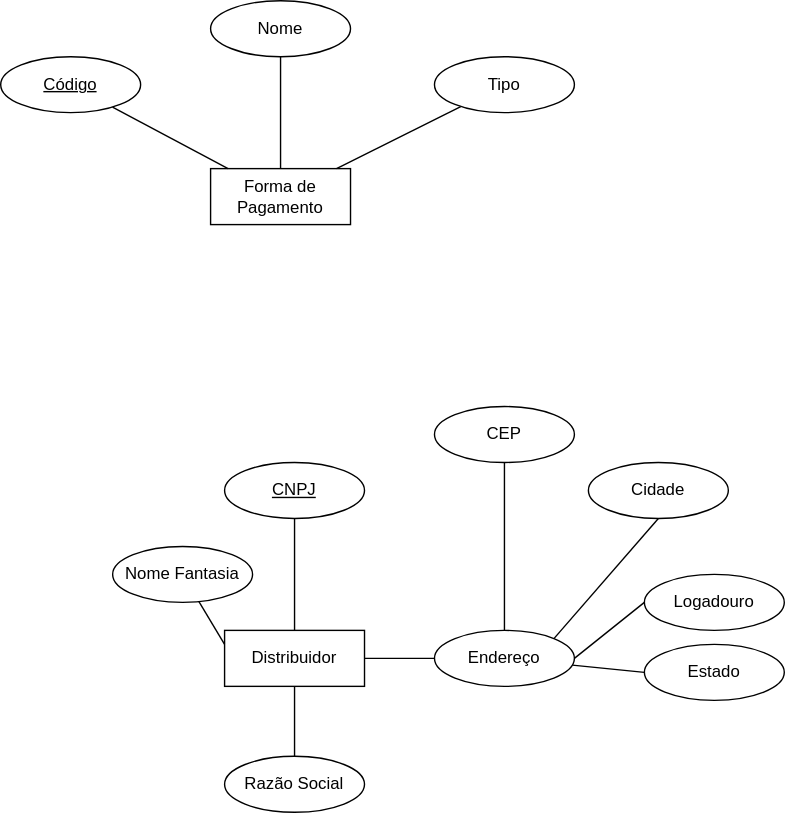
This is mer-primeiro/MER-loja.drawio.svg from Davi-Archive/diagramas, a draw.io export, as it was before one commit. Source tidied: cells renumbered, new cells last; positions are measured from the earlier drawing's top-left corner, leaving out a move shared by most shapes.
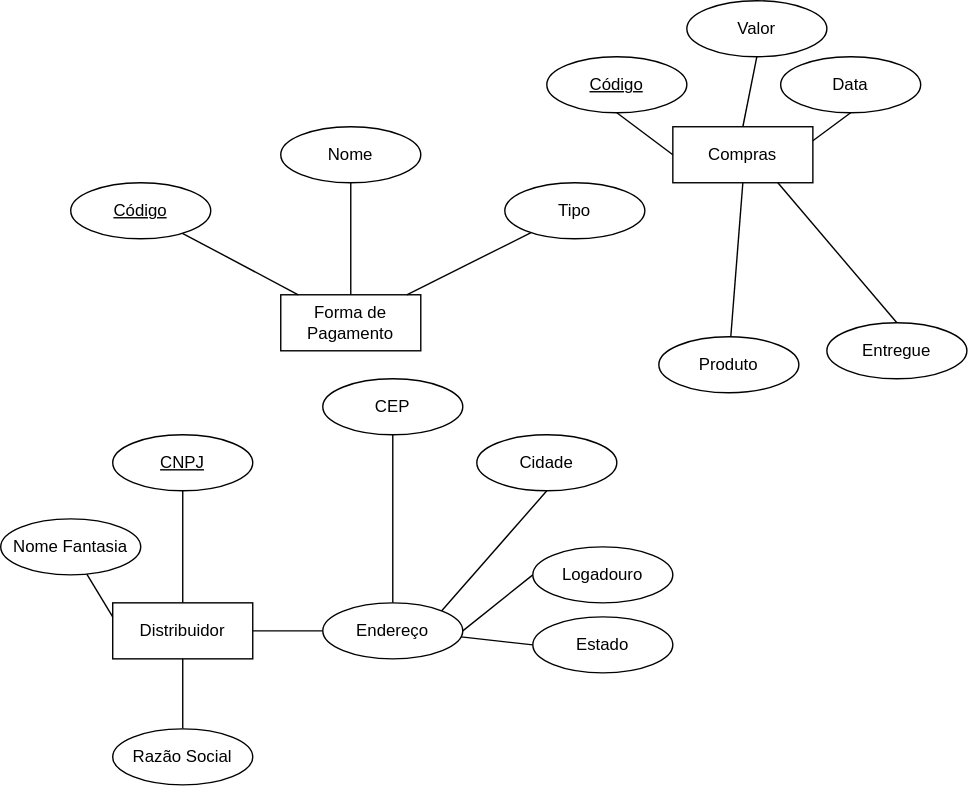
After the commit.

Diff of the diagram source:
```diff
@@ -3,25 +3,25 @@
     <mxCell id="0" />
     <mxCell id="1" parent="0" />
     <mxCell id="2" value="Forma de Pagamento" style="whiteSpace=wrap;html=1;align=center;" parent="1" vertex="1">
-      <mxGeometry x="150" y="120" width="100" height="40" as="geometry" />
+      <mxGeometry x="280" y="230" width="100" height="40" as="geometry" />
     </mxCell>
     <mxCell id="3" style="edgeStyle=none;rounded=0;jettySize=auto;html=1;strokeColor=default;startArrow=none;startFill=0;endArrow=none;endFill=0;" parent="1" edge="1" source="4" target="2">
       <mxGeometry relative="1" as="geometry" />
     </mxCell>
     <mxCell id="4" value="Nome" style="ellipse;whiteSpace=wrap;html=1;align=center;" parent="1" vertex="1">
-      <mxGeometry x="150" width="100" height="40" as="geometry" />
+      <mxGeometry x="280" y="110" width="100" height="40" as="geometry" />
     </mxCell>
     <mxCell id="5" style="edgeStyle=none;rounded=0;jettySize=auto;html=1;strokeColor=default;startArrow=none;startFill=0;endArrow=none;endFill=0;" parent="1" edge="1" source="6" target="2">
       <mxGeometry relative="1" as="geometry" />
     </mxCell>
     <mxCell id="6" value="Tipo" style="ellipse;whiteSpace=wrap;html=1;align=center;" parent="1" vertex="1">
-      <mxGeometry x="310" y="40" width="100" height="40" as="geometry" />
+      <mxGeometry x="440" y="150" width="100" height="40" as="geometry" />
     </mxCell>
     <mxCell id="7" style="edgeStyle=none;rounded=0;jettySize=auto;html=1;strokeColor=default;startArrow=none;startFill=0;endArrow=none;endFill=0;" parent="1" edge="1" source="8" target="2">
       <mxGeometry relative="1" as="geometry" />
     </mxCell>
     <mxCell id="8" value="Código" style="ellipse;whiteSpace=wrap;html=1;align=center;fontStyle=4;" parent="1" vertex="1">
-      <mxGeometry y="40" width="100" height="40" as="geometry" />
+      <mxGeometry x="130" y="150" width="100" height="40" as="geometry" />
     </mxCell>
     <mxCell id="9" value="Distribuidor" style="whiteSpace=wrap;html=1;align=center;" parent="1" vertex="1">
       <mxGeometry x="160" y="450" width="100" height="40" as="geometry" />
@@ -78,5 +78,38 @@
     <mxCell id="25" value="Logadouro" style="ellipse;whiteSpace=wrap;html=1;align=center;" parent="1" vertex="1">
       <mxGeometry x="460" y="410" width="100" height="40" as="geometry" />
     </mxCell>
+    <mxCell id="26" value="Compras" style="whiteSpace=wrap;html=1;align=center;" parent="1" vertex="1">
+      <mxGeometry x="560" y="110" width="100" height="40" as="geometry" />
+    </mxCell>
+    <mxCell id="27" style="edgeStyle=none;rounded=0;jettySize=auto;html=1;exitX=0.5;exitY=1;exitDx=0;exitDy=0;entryX=0.5;entryY=0;entryDx=0;entryDy=0;strokeColor=default;startArrow=none;startFill=0;endArrow=none;endFill=0;" parent="1" edge="1" source="28" target="26">
+      <mxGeometry relative="1" as="geometry" />
+    </mxCell>
+    <mxCell id="28" value="Valor" style="ellipse;whiteSpace=wrap;html=1;align=center;" parent="1" vertex="1">
+      <mxGeometry x="570" y="20" width="100" height="40" as="geometry" />
+    </mxCell>
+    <mxCell id="29" style="edgeStyle=none;rounded=0;jettySize=auto;html=1;exitX=0.5;exitY=1;exitDx=0;exitDy=0;entryX=1;entryY=0.25;entryDx=0;entryDy=0;strokeColor=default;startArrow=none;startFill=0;endArrow=none;endFill=0;" parent="1" edge="1" source="30" target="26">
+      <mxGeometry relative="1" as="geometry" />
+    </mxCell>
+    <mxCell id="30" value="Data" style="ellipse;whiteSpace=wrap;html=1;align=center;" parent="1" vertex="1">
+      <mxGeometry x="637" y="60" width="100" height="40" as="geometry" />
+    </mxCell>
+    <mxCell id="31" style="edgeStyle=none;rounded=0;jettySize=auto;html=1;exitX=0.5;exitY=1;exitDx=0;exitDy=0;entryX=0;entryY=0.5;entryDx=0;entryDy=0;strokeColor=default;startArrow=none;startFill=0;endArrow=none;endFill=0;" parent="1" edge="1" source="32" target="26">
+      <mxGeometry relative="1" as="geometry" />
+    </mxCell>
+    <mxCell id="32" value="Código" style="ellipse;whiteSpace=wrap;html=1;align=center;fontStyle=4;" parent="1" vertex="1">
+      <mxGeometry x="470" y="60" width="100" height="40" as="geometry" />
+    </mxCell>
+    <mxCell id="33" style="edgeStyle=none;rounded=0;jettySize=auto;html=1;exitX=0.5;exitY=0;exitDx=0;exitDy=0;entryX=0.75;entryY=1;entryDx=0;entryDy=0;strokeColor=default;startArrow=none;startFill=0;endArrow=none;endFill=0;" parent="1" edge="1" source="34" target="26">
+      <mxGeometry relative="1" as="geometry" />
+    </mxCell>
+    <mxCell id="34" value="Entregue" style="ellipse;whiteSpace=wrap;html=1;align=center;" parent="1" vertex="1">
+      <mxGeometry x="670" y="250" width="100" height="40" as="geometry" />
+    </mxCell>
+    <mxCell id="35" style="edgeStyle=none;rounded=0;jettySize=auto;html=1;strokeColor=default;startArrow=none;startFill=0;endArrow=none;endFill=0;entryX=0.5;entryY=1;entryDx=0;entryDy=0;" parent="1" edge="1" source="36" target="26">
+      <mxGeometry relative="1" as="geometry" />
+    </mxCell>
+    <mxCell id="36" value="Produto" style="ellipse;whiteSpace=wrap;html=1;align=center;" parent="1" vertex="1">
+      <mxGeometry x="550" y="260" width="100" height="40" as="geometry" />
+    </mxCell>
   </root>
 </mxGraphModel>
```
